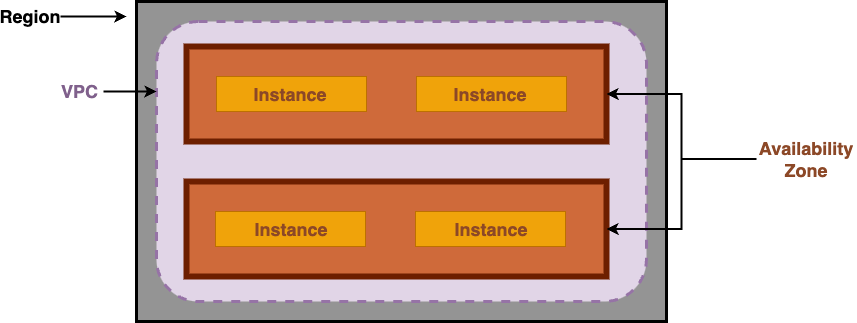
Earlier version of the draw.io export public/diag/vpcDiag.png (dyuk01/blog). Source tidied: cells renumbered, new cells last; positions are measured from the earlier drawing's top-left corner, leaving out a move shared by most shapes.
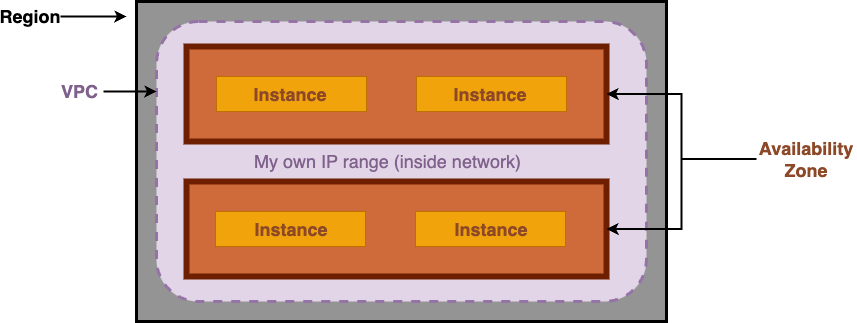
Later version of the same file.

Diff of the diagram source:
```diff
@@ -61,5 +61,8 @@
     <mxCell id="20" value="&lt;font style=&quot;font-size: 18px;&quot;&gt;Instance&lt;/font&gt;" style="text;html=1;align=center;verticalAlign=middle;whiteSpace=wrap;rounded=0;fontColor=#8C4827;fontStyle=1;" parent="1" vertex="1">
       <mxGeometry x="241" y="205" width="100" height="45" as="geometry" />
     </mxCell>
+    <mxCell id="21" value="&lt;font style=&quot;font-size: 18px; font-weight: normal;&quot;&gt;My own IP range (inside network)&amp;nbsp;&lt;/font&gt;" style="text;html=1;align=center;verticalAlign=middle;whiteSpace=wrap;rounded=0;fontColor=#80618C;fontStyle=1;" parent="1" vertex="1">
+      <mxGeometry x="185" y="145" width="410" height="30" as="geometry" />
+    </mxCell>
   </root>
 </mxGraphModel>
```
